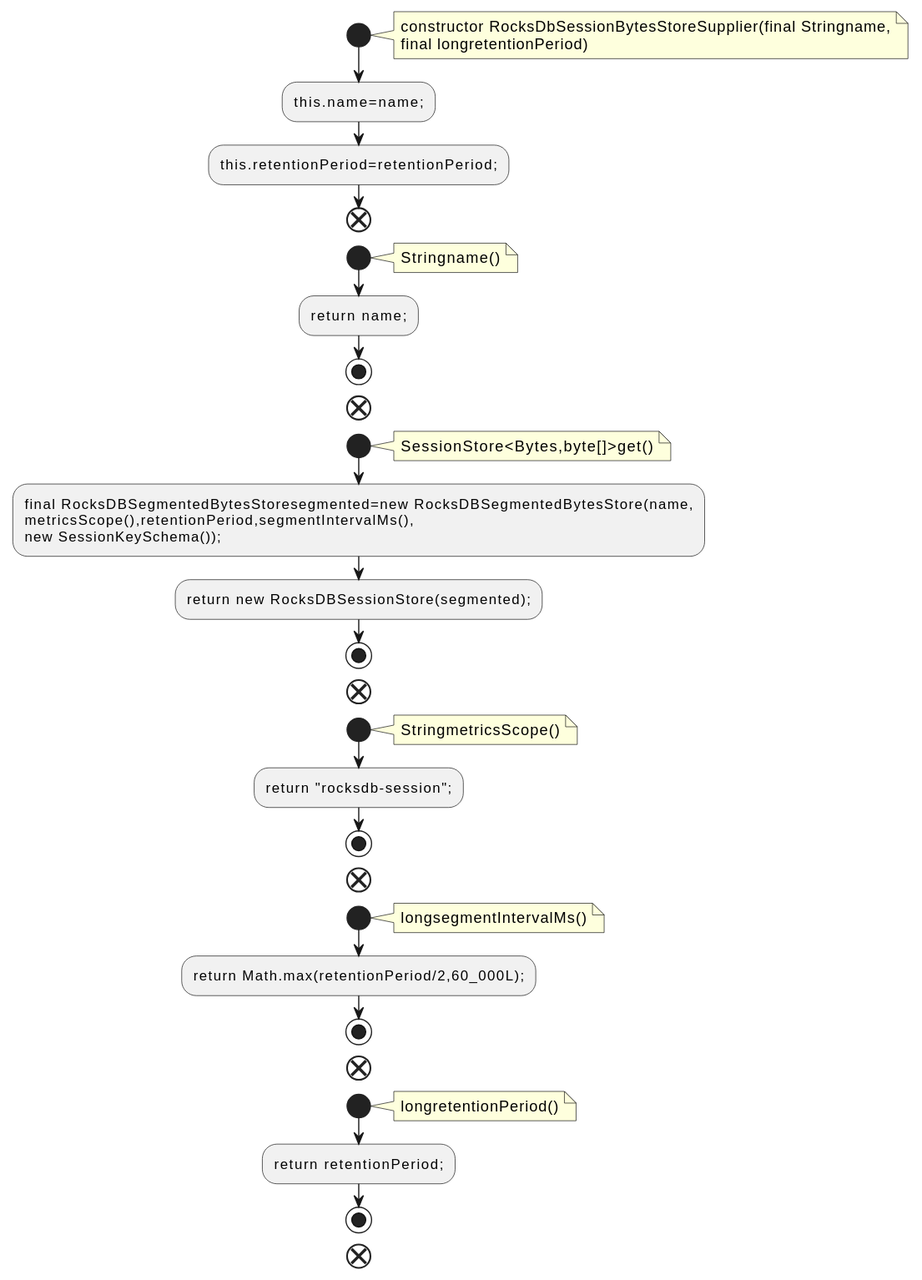
The PlantUML diagram docs/qc/streams/src/main/java/org/apache/kafka/streams/state/internals/RocksDbSessionBytesStoreSupplier.java.fct.svg in qualitesys/kafka, before a commit.
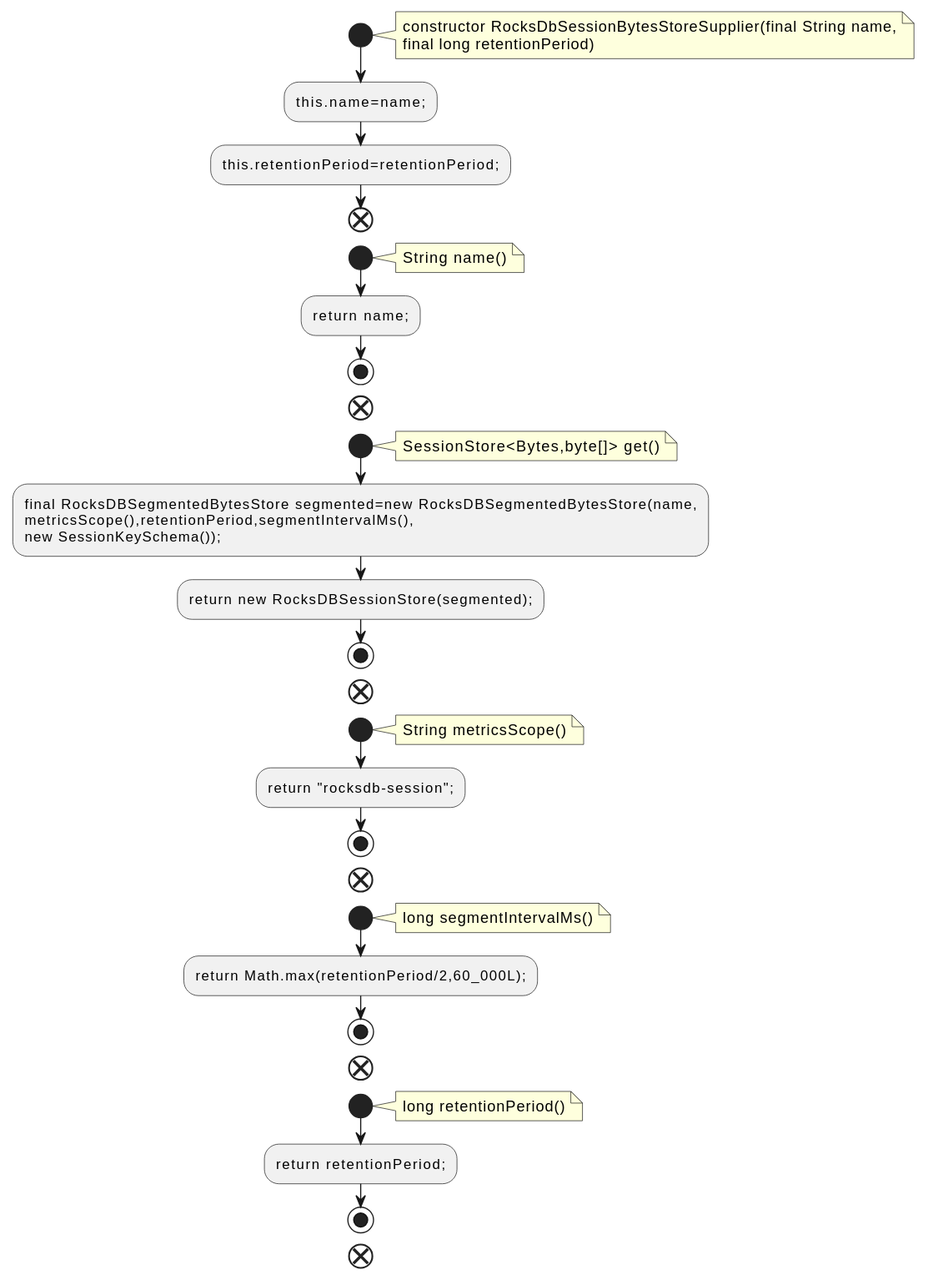
After the commit.

Change to the diagram source:
```diff
@@ -2,24 +2,24 @@
 !pragma layout smetana
 start
 note right
-constructor RocksDbSessionBytesStoreSupplier(final Stringname,
-final longretentionPeriod)
+constructor RocksDbSessionBytesStoreSupplier(final String name,
+final long retentionPeriod)
 end note
 :this.name=name;;
 :this.retentionPeriod=retentionPeriod;;
 end
 start
 note right
-Stringname()
+String name()
 end note
 :return name;;
 stop
 end
 start
 note right
-SessionStore<Bytes,byte[]>get()
+SessionStore<Bytes,byte[]> get()
 end note
-:final RocksDBSegmentedBytesStoresegmented=new RocksDBSegmentedBytesStore(name,
+:final RocksDBSegmentedBytesStore segmented=new RocksDBSegmentedBytesStore(name,
 metricsScope(),retentionPeriod,segmentIntervalMs(),
 new SessionKeySchema());;
 :return new RocksDBSessionStore(segmented);;
@@ -27,21 +27,21 @@
 end
 start
 note right
-StringmetricsScope()
+String metricsScope()
 end note
 :return "rocksdb-session";;
 stop
 end
 start
 note right
-longsegmentIntervalMs()
+long segmentIntervalMs()
 end note
 :return Math.max(retentionPeriod/2,60_000L);;
 stop
 end
 start
 note right
-longretentionPeriod()
+long retentionPeriod()
 end note
 :return retentionPeriod;;
 stop
```
